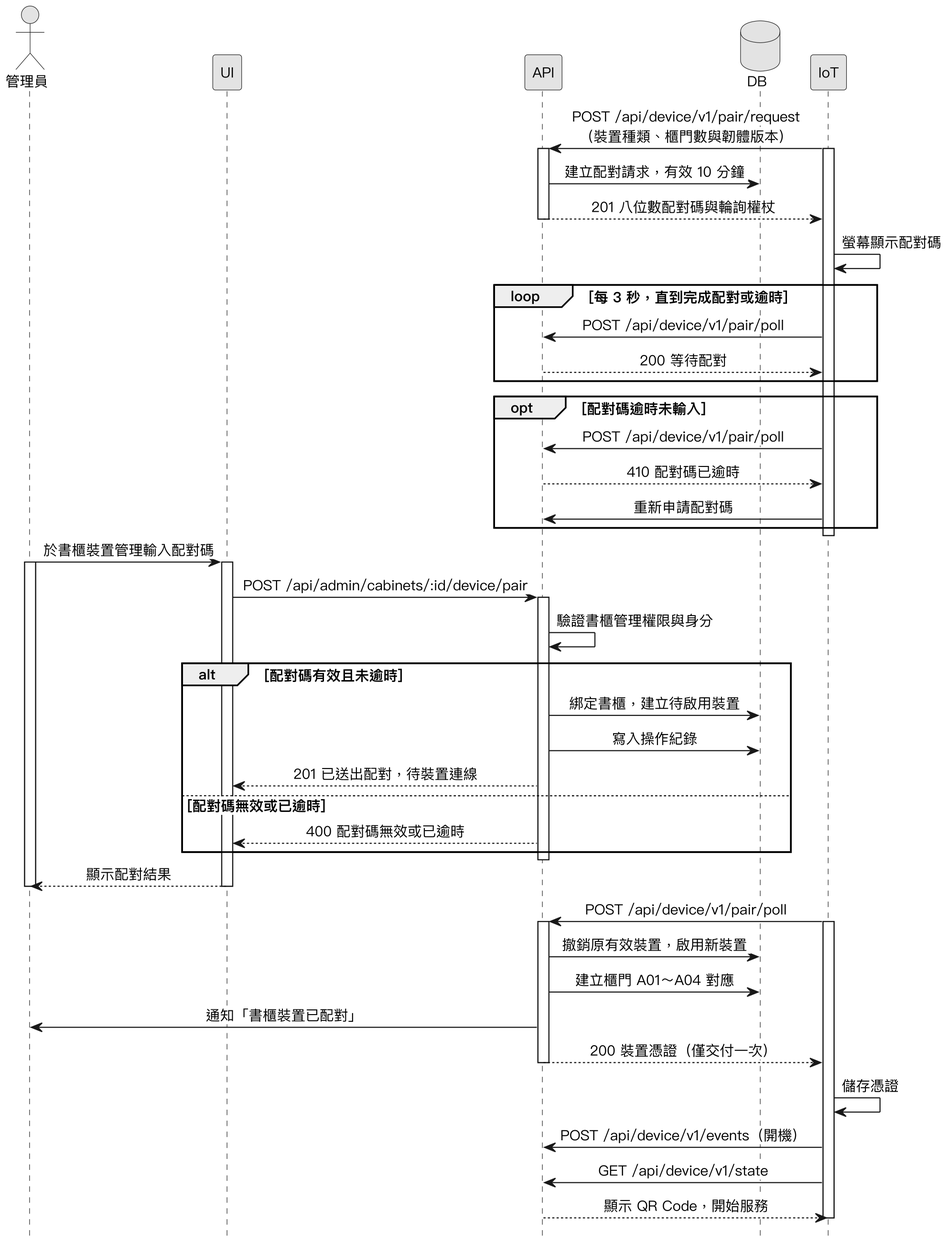
Before: Diagrams/Sequence Diagrams/v3/seq_cabinet_pairing.png, a diagram exported from PlantUML (SaveMyBook/SaveMyBook). Source of this version:
```plantuml
@startuml
skinparam monochrome true
skinparam shadowing false
skinparam dpi 220
skinparam defaultFontName "PingFang TC"
skinparam defaultFontSize 13
skinparam sequenceMessageAlign center
skinparam ParticipantPadding 18
hide footbox

actor 管理員
participant UI
participant API
database DB
participant IoT

IoT -> API : POST /api/device/v1/pair/request\n（裝置種類、櫃門數與韌體版本）
activate IoT
activate API
API -> DB : 建立配對請求，有效 10 分鐘
API --> IoT : 201 八位數配對碼與輪詢權杖
deactivate API
IoT -> IoT : 螢幕顯示配對碼
loop 每 3 秒，直到完成配對或逾時
  IoT -> API : POST /api/device/v1/pair/poll
  API --> IoT : 200 等待配對
end
opt 配對碼逾時未輸入
  IoT -> API : POST /api/device/v1/pair/poll
  API --> IoT : 410 配對碼已逾時
  IoT -> API : 重新申請配對碼
end
deactivate IoT

管理員 -> UI : 於書櫃裝置管理輸入配對碼
activate 管理員
activate UI
UI -> API : POST /api/admin/cabinets/:id/device/pair
activate API
API -> API : 驗證書櫃管理權限與身分
alt 配對碼有效且未逾時
  API -> DB : 綁定書櫃，建立待啟用裝置
  API -> DB : 寫入操作紀錄
  API --> UI : 201 已送出配對，待裝置連線
else 配對碼無效或已逾時
  API --> UI : 400 配對碼無效或已逾時
end
deactivate API
UI --> 管理員 : 顯示配對結果
deactivate UI
deactivate 管理員

IoT -> API : POST /api/device/v1/pair/poll
activate IoT
activate API
API -> DB : 撤銷原有效裝置，啟用新裝置
API -> DB : 建立櫃門 A01～A04 對應
API -> 管理員 : 通知「書櫃裝置已配對」
API --> IoT : 200 裝置憑證（僅交付一次）
deactivate API
IoT -> IoT : 儲存憑證
IoT -> API : POST /api/device/v1/events（開機）
IoT -> API : GET /api/device/v1/state
API --> IoT : 顯示 QR Code，開始服務
deactivate IoT
@enduml
```
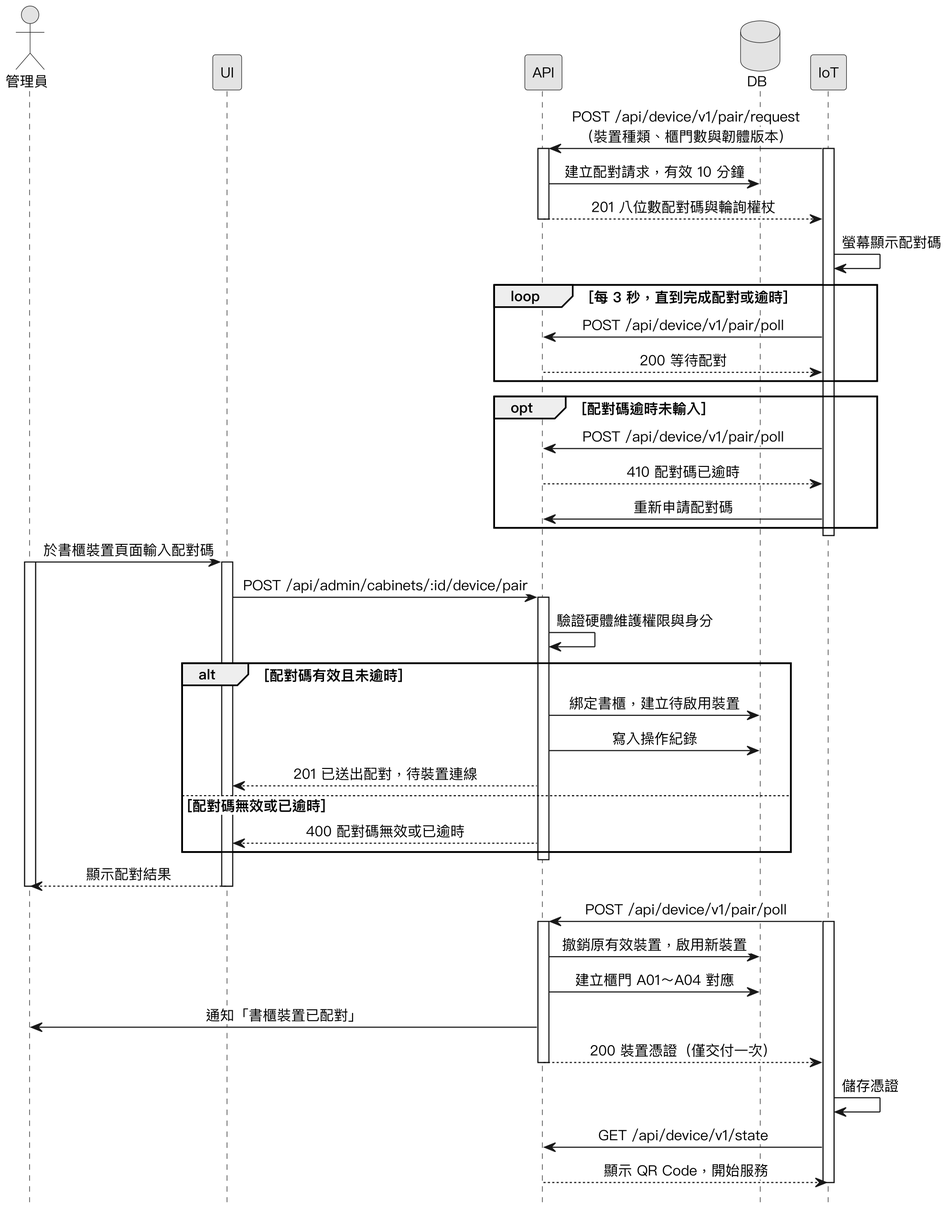
After the commit.

Change to the diagram source:
```diff
@@ -32,12 +32,12 @@
 end
 deactivate IoT
 
-管理員 -> UI : 於書櫃裝置管理輸入配對碼
+管理員 -> UI : 於書櫃裝置頁面輸入配對碼
 activate 管理員
 activate UI
 UI -> API : POST /api/admin/cabinets/:id/device/pair
 activate API
-API -> API : 驗證書櫃管理權限與身分
+API -> API : 驗證硬體維護權限與身分
 alt 配對碼有效且未逾時
   API -> DB : 綁定書櫃，建立待啟用裝置
   API -> DB : 寫入操作紀錄
@@ -59,7 +59,7 @@
 API --> IoT : 200 裝置憑證（僅交付一次）
 deactivate API
 IoT -> IoT : 儲存憑證
-IoT -> API : POST /api/device/v1/events（開機）
+
 IoT -> API : GET /api/device/v1/state
 API --> IoT : 顯示 QR Code，開始服務
 deactivate IoT
```
